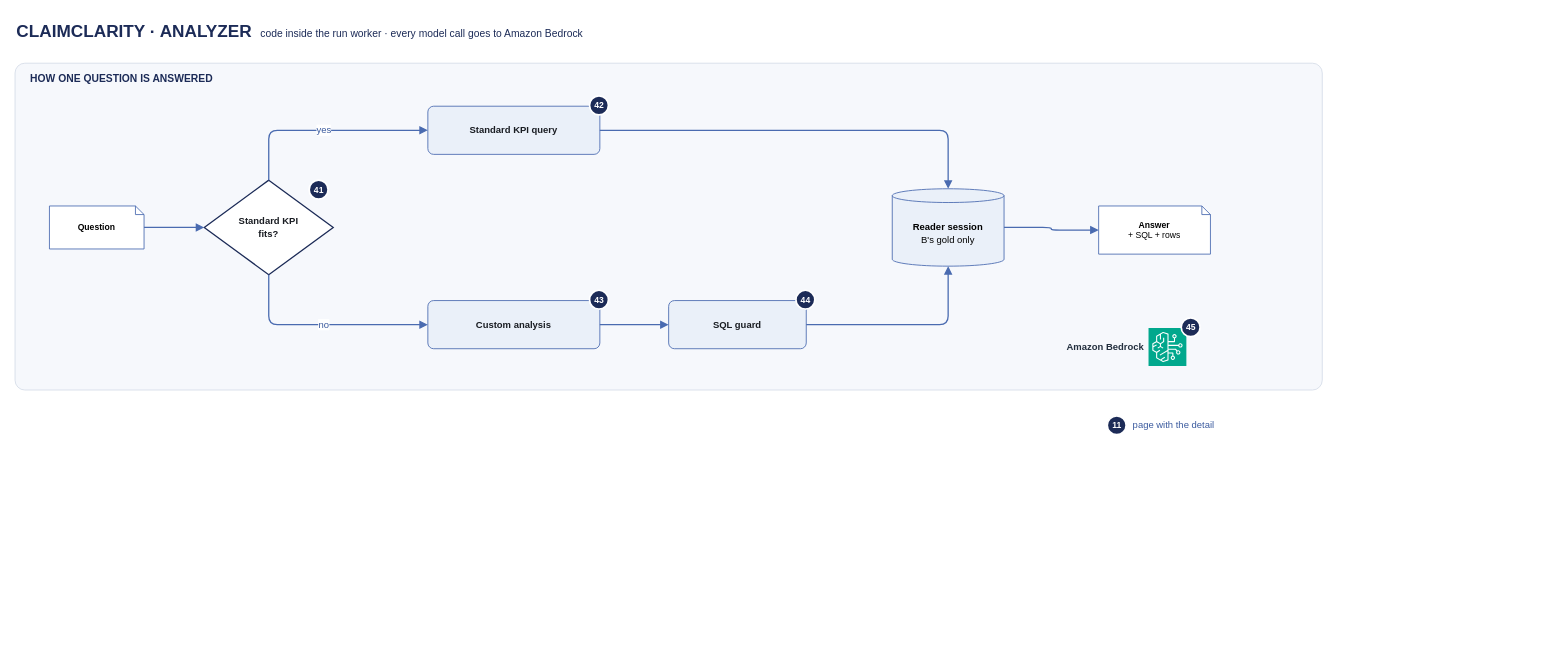
Earlier version of the draw.io diagram docs/architecture/src/40-analyzer.drawio (Peter-Shamoun/cc). Source tidied: cells renumbered, new cells numbered last; positions are measured from the earlier drawing's top-left corner, leaving out a move shared by most shapes. Both pictures are drawn from the tidied source at 86%, with x=0, y=0 at pixel (15, 15).
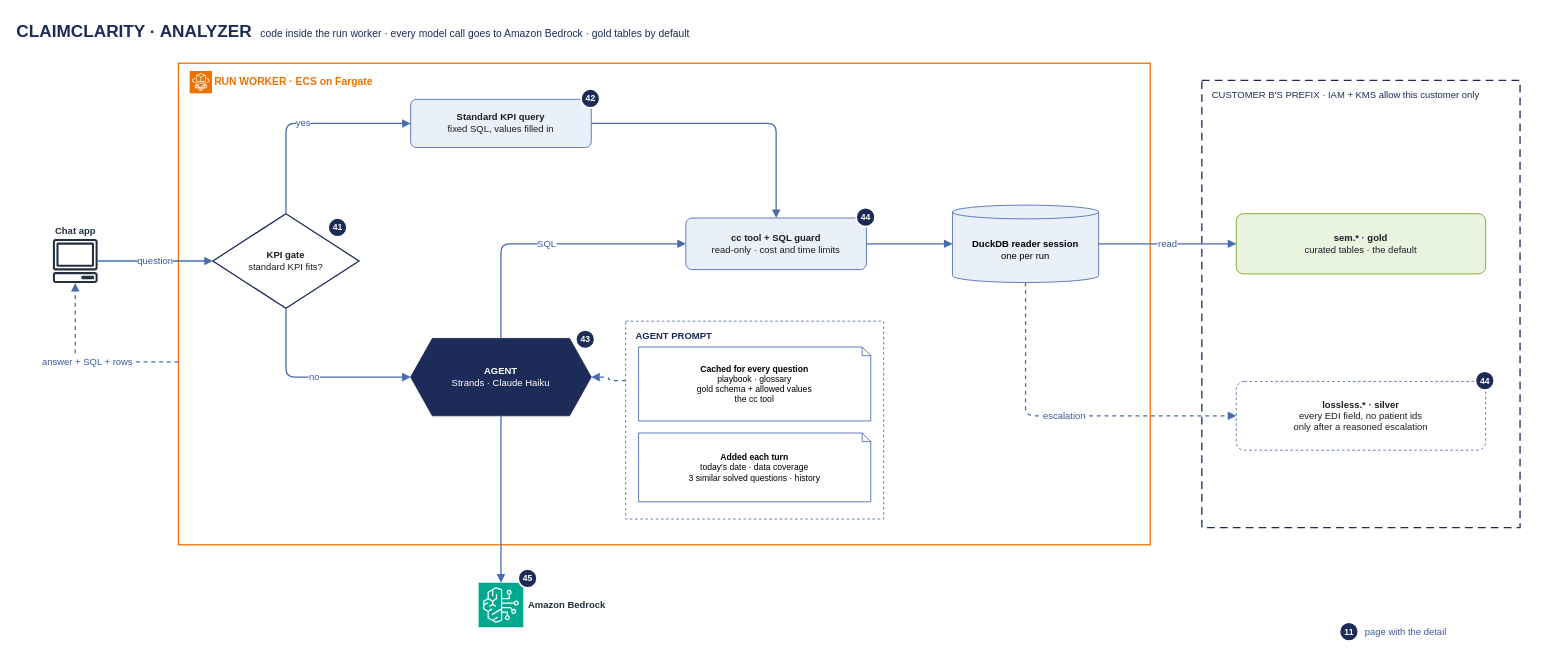
The same diagram, later.

Commit message (it also covers changes not shown here):
Architecture docs: analyzer page from the excalidraw design, with the KPI gate, prompt split and Bedrock

Claude-Session: https://claude.ai/code/session_016uF8mxJK8MMFGsujh3CJ5M

Diff of the diagram source:
```diff
@@
-    <mxCell id="2" value="&lt;b style='font-size:20px'&gt;CLAIMCLARITY · ANALYZER&lt;/b&gt;&amp;nbsp;&amp;nbsp;&amp;nbsp;code inside the run worker · every model call goes to Amazon Bedrock" style="text;html=1;align=left;verticalAlign=middle;fontSize=12;fontColor=#1C2B57;fontStyle=1;fontFamily=Helvetica;fontStyle=0;" parent="1" vertex="1">
-      <mxGeometry width="1520" height="36" as="geometry" />
+    <mxCell id="2" value="&lt;b style='font-size:20px'&gt;CLAIMCLARITY · ANALYZER&lt;/b&gt;&amp;nbsp;&amp;nbsp;&amp;nbsp;code inside the run worker · every model call goes to Amazon Bedrock · gold tables by default" style="text;html=1;align=left;verticalAlign=middle;fontSize=12;fontColor=#1C2B57;fontStyle=1;fontFamily=Helvetica;fontStyle=0;" parent="1" vertex="1">
+      <mxGeometry width="1760" height="36" as="geometry" />
     </mxCell>
-    <mxCell id="3" style="rounded=1;arcSize=3;html=1;fillColor=#F6F8FC;strokeColor=#D5DCE8;" parent="1" vertex="1">
-      <mxGeometry y="56" width="1520" height="380" as="geometry" />
-    </mxCell>
-    <mxCell id="4" value="HOW ONE QUESTION IS ANSWERED" style="text;html=1;align=left;verticalAlign=middle;fontSize=12;fontColor=#1C2B57;fontStyle=1;fontFamily=Helvetica;" parent="1" vertex="1">
-      <mxGeometry x="16" y="62" width="1000" height="24" as="geometry" />
-    </mxCell>
-    <mxCell id="5" value="&lt;b&gt;Question&lt;/b&gt;" style="shape=note;size=10;whiteSpace=wrap;html=1;fillColor=#FFFFFF;strokeColor=#4A6BB0;fontSize=10;fontFamily=Helvetica;" parent="1" vertex="1">
-      <mxGeometry x="40" y="222" width="110" height="50" as="geometry" />
-    </mxCell>
+    <mxCell id="27" value="&lt;b&gt;Chat app&lt;/b&gt;" style="sketch=0;outlineConnect=0;dashed=0;fillColor=#232F3E;shape=mxgraph.aws4.client;strokeColor=none;fontFamily=Helvetica;fontSize=11;fontColor=#232F3E;html=1;verticalLabelPosition=top;verticalAlign=bottom;align=center;" parent="1" vertex="1">
+      <mxGeometry x="44" y="260" width="52" height="52" as="geometry" />
+    </mxCell>
+    <mxCell id="28" value="RUN WORKER · ECS on Fargate" style="rounded=0;html=1;fillColor=none;strokeColor=#ED7100;strokeWidth=1.5;align=left;verticalAlign=top;spacingLeft=40;spacingTop=8;fontSize=12;fontStyle=1;fontColor=#ED7100;fontFamily=Helvetica;" parent="1" vertex="1">
+      <mxGeometry x="190" y="56" width="1130" height="560" as="geometry" />
+    </mxCell>
+    <mxCell id="29" style="sketch=0;dashed=0;fillColor=#ED7100;shape=mxgraph.aws4.resourceIcon;resIcon=mxgraph.aws4.fargate;strokeColor=#ffffff;fontFamily=Helvetica;fontSize=11;fontColor=#232F3E;html=1;verticalLabelPosition=bottom;verticalAlign=top;align=center;" parent="1" vertex="1">
+      <mxGeometry x="203" y="65" width="26" height="26" as="geometry" />
+    </mxCell>
-    <mxCell id="6" value="&lt;b&gt;Standard KPI&lt;br&gt;fits?&lt;/b&gt;" style="rhombus;whiteSpace=wrap;html=1;fillColor=#FFFFFF;strokeColor=#1C2B57;strokeWidth=1.5;fontSize=11;fontFamily=Helvetica;fontColor=#1A1D23;" parent="1" vertex="1">
-      <mxGeometry x="220" y="192" width="150" height="110" as="geometry" />
+    <mxCell id="6" value="&lt;b&gt;KPI gate&lt;/b&gt;&lt;br&gt;standard KPI fits?" style="rhombus;whiteSpace=wrap;html=1;fillColor=#FFFFFF;strokeColor=#1C2B57;strokeWidth=1.5;fontSize=11;fontFamily=Helvetica;fontColor=#1A1D23;" parent="1" vertex="1">
+      <mxGeometry x="230" y="231" width="170" height="110" as="geometry" />
     </mxCell>
     <mxCell id="7" value="41" style="ellipse;html=1;fillColor=#1C2B57;strokeColor=#FFFFFF;strokeWidth=2;fontColor=#FFFFFF;fontStyle=1;fontSize=10;fontFamily=Helvetica;" parent="1" vertex="1">
-      <mxGeometry x="342" y="192" width="22" height="22" as="geometry" />
+      <mxGeometry x="364" y="236" width="22" height="22" as="geometry" />
     </mxCell>
-    <mxCell id="8" value="&lt;b&gt;Standard KPI query&lt;/b&gt;" style="rounded=1;arcSize=12;whiteSpace=wrap;html=1;fillColor=#EAF0F9;strokeColor=#4A6BB0;fontSize=11;fontFamily=Helvetica;fontColor=#1A1D23;" parent="1" vertex="1">
-      <mxGeometry x="480" y="106" width="200" height="56" as="geometry" />
+    <mxCell id="8" value="&lt;b&gt;Standard KPI query&lt;/b&gt;&lt;br&gt;fixed SQL, values filled in" style="rounded=1;arcSize=12;whiteSpace=wrap;html=1;fillColor=#EAF0F9;strokeColor=#4A6BB0;fontSize=11;fontFamily=Helvetica;fontColor=#1A1D23;" parent="1" vertex="1">
+      <mxGeometry x="460" y="98" width="210" height="56" as="geometry" />
     </mxCell>
     <mxCell id="9" value="42" style="ellipse;html=1;fillColor=#1C2B57;strokeColor=#FFFFFF;strokeWidth=2;fontColor=#FFFFFF;fontStyle=1;fontSize=10;fontFamily=Helvetica;" parent="1" vertex="1">
-      <mxGeometry x="668" y="94" width="22" height="22" as="geometry" />
+      <mxGeometry x="658" y="86" width="22" height="22" as="geometry" />
     </mxCell>
-    <mxCell id="10" value="&lt;b&gt;Custom analysis&lt;/b&gt;" style="rounded=1;arcSize=12;whiteSpace=wrap;html=1;fillColor=#EAF0F9;strokeColor=#4A6BB0;fontSize=11;fontFamily=Helvetica;fontColor=#1A1D23;" parent="1" vertex="1">
-      <mxGeometry x="480" y="332" width="200" height="56" as="geometry" />
-    </mxCell>
+    <mxCell id="30" value="&lt;b&gt;AGENT&lt;/b&gt;&lt;br&gt;Strands · Claude Haiku" style="shape=hexagon;perimeter=hexagonPerimeter2;size=0.12;whiteSpace=wrap;html=1;fillColor=#1C2B57;strokeColor=#1C2B57;fontColor=#FFFFFF;fontFamily=Helvetica;fontSize=11;" parent="1" vertex="1">
+      <mxGeometry x="460" y="376" width="210" height="90" as="geometry" />
+    </mxCell>
     <mxCell id="11" value="43" style="ellipse;html=1;fillColor=#1C2B57;strokeColor=#FFFFFF;strokeWidth=2;fontColor=#FFFFFF;fontStyle=1;fontSize=10;fontFamily=Helvetica;" parent="1" vertex="1">
-      <mxGeometry x="668" y="320" width="22" height="22" as="geometry" />
+      <mxGeometry x="652" y="366" width="22" height="22" as="geometry" />
     </mxCell>
+    <mxCell id="31" value="AGENT PROMPT" style="rounded=0;html=1;fillColor=#FFFFFF;strokeColor=#4A6BB0;dashed=1;align=left;verticalAlign=top;spacingLeft=10;spacingTop=4;fontSize=11;fontStyle=1;fontColor=#1C2B57;fontFamily=Helvetica;" parent="1" vertex="1">
+      <mxGeometry x="710" y="356" width="300" height="230" as="geometry" />
+    </mxCell>
+    <mxCell id="32" value="&lt;b&gt;Cached for every question&lt;/b&gt;&lt;br&gt;playbook · glossary&lt;br&gt;gold schema + allowed values&lt;br&gt;the cc tool" style="shape=note;size=10;whiteSpace=wrap;html=1;fillColor=#FFFFFF;strokeColor=#4A6BB0;fontSize=10;fontFamily=Helvetica;" parent="1" vertex="1">
+      <mxGeometry x="725" y="386" width="270" height="86" as="geometry" />
+    </mxCell>
+    <mxCell id="33" value="&lt;b&gt;Added each turn&lt;/b&gt;&lt;br&gt;today's date · data coverage&lt;br&gt;3 similar solved questions · history" style="shape=note;size=10;whiteSpace=wrap;html=1;fillColor=#FFFFFF;strokeColor=#4A6BB0;fontSize=10;fontFamily=Helvetica;" parent="1" vertex="1">
+      <mxGeometry x="725" y="486" width="270" height="80" as="geometry" />
+    </mxCell>
-    <mxCell id="12" value="&lt;b&gt;SQL guard&lt;/b&gt;" style="rounded=1;arcSize=12;whiteSpace=wrap;html=1;fillColor=#EAF0F9;strokeColor=#4A6BB0;fontSize=11;fontFamily=Helvetica;fontColor=#1A1D23;" parent="1" vertex="1">
-      <mxGeometry x="760" y="332" width="160" height="56" as="geometry" />
+    <mxCell id="12" value="&lt;b&gt;cc tool + SQL guard&lt;/b&gt;&lt;br&gt;read-only · cost and time limits" style="rounded=1;arcSize=12;whiteSpace=wrap;html=1;fillColor=#EAF0F9;strokeColor=#4A6BB0;fontSize=11;fontFamily=Helvetica;fontColor=#1A1D23;" parent="1" vertex="1">
+      <mxGeometry x="780" y="236" width="210" height="60" as="geometry" />
     </mxCell>
     <mxCell id="13" value="44" style="ellipse;html=1;fillColor=#1C2B57;strokeColor=#FFFFFF;strokeWidth=2;fontColor=#FFFFFF;fontStyle=1;fontSize=10;fontFamily=Helvetica;" parent="1" vertex="1">
-      <mxGeometry x="908" y="320" width="22" height="22" as="geometry" />
+      <mxGeometry x="978" y="224" width="22" height="22" as="geometry" />
     </mxCell>
-    <mxCell id="14" value="&lt;b&gt;Reader session&lt;/b&gt;&lt;br&gt;B's gold only" style="shape=cylinder3;whiteSpace=wrap;html=1;boundedLbl=1;backgroundOutline=1;size=8;fillColor=#EAF0F9;strokeColor=#4A6BB0;fontSize=11;fontFamily=Helvetica;" parent="1" vertex="1">
-      <mxGeometry x="1020" y="202" width="130" height="90" as="geometry" />
-    </mxCell>
-    <mxCell id="15" value="&lt;b&gt;Answer&lt;/b&gt;&lt;br&gt;+ SQL + rows" style="shape=note;size=10;whiteSpace=wrap;html=1;fillColor=#FFFFFF;strokeColor=#4A6BB0;fontSize=10;fontFamily=Helvetica;" parent="1" vertex="1">
-      <mxGeometry x="1260" y="222" width="130" height="56" as="geometry" />
-    </mxCell>
-    <mxCell id="16" style="edgeStyle=orthogonalEdgeStyle;rounded=1;jettySize=auto;html=1;strokeColor=#4A6BB0;strokeWidth=1.5;endArrow=block;endFill=1;endSize=6;fontSize=11;fontColor=#3A5A9E;labelBackgroundColor=#FFFFFF;fontFamily=Helvetica;exitX=1;exitY=0.5;exitDx=0;exitDy=0;entryX=0;entryY=0.5;entryDx=0;entryDy=0;" parent="1" edge="1" source="5" target="6">
-      <mxGeometry relative="1" as="geometry" />
-    </mxCell>
+    <mxCell id="34" value="&lt;b&gt;DuckDB reader session&lt;/b&gt;&lt;br&gt;one per run" style="shape=cylinder3;whiteSpace=wrap;html=1;boundedLbl=1;backgroundOutline=1;size=8;fillColor=#EAF0F9;strokeColor=#4A6BB0;fontSize=11;fontFamily=Helvetica;" parent="1" vertex="1">
+      <mxGeometry x="1090" y="221" width="170" height="90" as="geometry" />
+    </mxCell>
+    <mxCell id="23" value="&lt;b&gt;Amazon Bedrock&lt;/b&gt;" style="sketch=0;outlineConnect=0;dashed=0;fillColor=#01A88D;shape=mxgraph.aws4.resourceIcon;resIcon=mxgraph.aws4.bedrock;strokeColor=#ffffff;fontFamily=Helvetica;fontSize=11;fontColor=#232F3E;html=1;labelPosition=right;verticalLabelPosition=middle;align=left;verticalAlign=middle;spacingLeft=4;" parent="1" vertex="1">
+      <mxGeometry x="539" y="660" width="52" height="52" as="geometry" />
+    </mxCell>
+    <mxCell id="24" value="45" style="ellipse;html=1;fillColor=#1C2B57;strokeColor=#FFFFFF;strokeWidth=2;fontColor=#FFFFFF;fontStyle=1;fontSize=10;fontFamily=Helvetica;" parent="1" vertex="1">
+      <mxGeometry x="585" y="644" width="22" height="22" as="geometry" />
+    </mxCell>
+    <mxCell id="35" value="CUSTOMER B'S PREFIX · IAM + KMS allow this customer only" style="rounded=0;html=1;fillColor=none;strokeColor=#1C2B57;dashed=1;dashPattern=6 4;strokeWidth=1.5;align=left;verticalAlign=top;spacingLeft=10;spacingTop=4;fontSize=11;fontColor=#1C2B57;fontFamily=Helvetica;" parent="1" vertex="1">
+      <mxGeometry x="1380" y="76" width="370" height="520" as="geometry" />
+    </mxCell>
+    <mxCell id="36" value="&lt;b&gt;sem.* · gold&lt;/b&gt;&lt;br&gt;curated tables · the default" style="rounded=1;arcSize=12;whiteSpace=wrap;html=1;fillColor=#E8F3E0;strokeColor=#7AA116;fontSize=11;fontFamily=Helvetica;fontColor=#1A1D23;" parent="1" vertex="1">
+      <mxGeometry x="1420" y="231" width="290" height="70" as="geometry" />
+    </mxCell>
+    <mxCell id="37" value="&lt;b&gt;lossless.* · silver&lt;/b&gt;&lt;br&gt;every EDI field, no patient ids&lt;br&gt;only after a reasoned escalation" style="rounded=1;arcSize=12;whiteSpace=wrap;html=1;fillColor=#FFFFFF;strokeColor=#4A6BB0;fontSize=11;fontFamily=Helvetica;fontColor=#1A1D23;dashed=1;" parent="1" vertex="1">
+      <mxGeometry x="1420" y="426" width="290" height="80" as="geometry" />
+    </mxCell>
+    <mxCell id="38" value="44" style="ellipse;html=1;fillColor=#1C2B57;strokeColor=#FFFFFF;strokeWidth=2;fontColor=#FFFFFF;fontStyle=1;fontSize=10;fontFamily=Helvetica;" parent="1" vertex="1">
+      <mxGeometry x="1698" y="414" width="22" height="22" as="geometry" />
+    </mxCell>
+    <mxCell id="39" value="question" style="edgeStyle=orthogonalEdgeStyle;rounded=1;jettySize=auto;html=1;strokeColor=#4A6BB0;strokeWidth=1.5;endArrow=block;endFill=1;endSize=6;fontSize=11;fontColor=#3A5A9E;labelBackgroundColor=#FFFFFF;fontFamily=Helvetica;exitX=1;exitY=0.5;exitDx=0;exitDy=0;entryX=0;entryY=0.5;entryDx=0;entryDy=0;" parent="1" edge="1" source="27" target="6">
+      <mxGeometry relative="1" as="geometry" />
+    </mxCell>
@@
-    <mxCell id="18" value="no" style="edgeStyle=orthogonalEdgeStyle;rounded=1;jettySize=auto;html=1;strokeColor=#4A6BB0;strokeWidth=1.5;endArrow=block;endFill=1;endSize=6;fontSize=11;fontColor=#3A5A9E;labelBackgroundColor=#FFFFFF;fontFamily=Helvetica;exitX=0.5;exitY=1;exitDx=0;exitDy=0;entryX=0;entryY=0.5;entryDx=0;entryDy=0;" parent="1" edge="1" source="6" target="10">
+    <mxCell id="18" value="no" style="edgeStyle=orthogonalEdgeStyle;rounded=1;jettySize=auto;html=1;strokeColor=#4A6BB0;strokeWidth=1.5;endArrow=block;endFill=1;endSize=6;fontSize=11;fontColor=#3A5A9E;labelBackgroundColor=#FFFFFF;fontFamily=Helvetica;exitX=0.5;exitY=1;exitDx=0;exitDy=0;entryX=0;entryY=0.5;entryDx=0;entryDy=0;" parent="1" edge="1" source="6" target="30">
       <mxGeometry relative="1" as="geometry" />
     </mxCell>
-    <mxCell id="19" style="edgeStyle=orthogonalEdgeStyle;rounded=1;jettySize=auto;html=1;strokeColor=#4A6BB0;strokeWidth=1.5;endArrow=block;endFill=1;endSize=6;fontSize=11;fontColor=#3A5A9E;labelBackgroundColor=#FFFFFF;fontFamily=Helvetica;exitX=1;exitY=0.5;exitDx=0;exitDy=0;entryX=0.5;entryY=0;entryDx=0;entryDy=0;" parent="1" edge="1" source="8" target="14">
-      <mxGeometry relative="1" as="geometry" />
-    </mxCell>
-    <mxCell id="20" style="edgeStyle=orthogonalEdgeStyle;rounded=1;jettySize=auto;html=1;strokeColor=#4A6BB0;strokeWidth=1.5;endArrow=block;endFill=1;endSize=6;fontSize=11;fontColor=#3A5A9E;labelBackgroundColor=#FFFFFF;fontFamily=Helvetica;exitX=1;exitY=0.5;exitDx=0;exitDy=0;entryX=0;entryY=0.5;entryDx=0;entryDy=0;" parent="1" edge="1" source="10" target="12">
-      <mxGeometry relative="1" as="geometry" />
-    </mxCell>
-    <mxCell id="21" style="edgeStyle=orthogonalEdgeStyle;rounded=1;jettySize=auto;html=1;strokeColor=#4A6BB0;strokeWidth=1.5;endArrow=block;endFill=1;endSize=6;fontSize=11;fontColor=#3A5A9E;labelBackgroundColor=#FFFFFF;fontFamily=Helvetica;exitX=1;exitY=0.5;exitDx=0;exitDy=0;entryX=0.5;entryY=1;entryDx=0;entryDy=0;" parent="1" edge="1" source="12" target="14">
-      <mxGeometry relative="1" as="geometry" />
-    </mxCell>
-    <mxCell id="22" style="edgeStyle=orthogonalEdgeStyle;rounded=1;jettySize=auto;html=1;strokeColor=#4A6BB0;strokeWidth=1.5;endArrow=block;endFill=1;endSize=6;fontSize=11;fontColor=#3A5A9E;labelBackgroundColor=#FFFFFF;fontFamily=Helvetica;exitX=1;exitY=0.5;exitDx=0;exitDy=0;entryX=0;entryY=0.5;entryDx=0;entryDy=0;" parent="1" edge="1" source="14" target="15">
-      <mxGeometry relative="1" as="geometry" />
-    </mxCell>
-    <mxCell id="23" value="&lt;b&gt;Amazon Bedrock&lt;/b&gt;" style="sketch=0;outlineConnect=0;dashed=0;fillColor=#01A88D;shape=mxgraph.aws4.resourceIcon;resIcon=mxgraph.aws4.bedrock;strokeColor=#ffffff;fontFamily=Helvetica;fontSize=11;fontColor=#232F3E;html=1;labelPosition=left;verticalLabelPosition=middle;align=right;verticalAlign=middle;spacingRight=4;" parent="1" vertex="1">
-      <mxGeometry x="1318" y="364" width="44" height="44" as="geometry" />
-    </mxCell>
-    <mxCell id="24" value="45" style="ellipse;html=1;fillColor=#1C2B57;strokeColor=#FFFFFF;strokeWidth=2;fontColor=#FFFFFF;fontStyle=1;fontSize=10;fontFamily=Helvetica;" parent="1" vertex="1">
-      <mxGeometry x="1356" y="352" width="22" height="22" as="geometry" />
-    </mxCell>
+    <mxCell id="40" style="edgeStyle=orthogonalEdgeStyle;rounded=1;jettySize=auto;html=1;strokeColor=#4A6BB0;strokeWidth=1.5;endArrow=block;endFill=1;endSize=6;fontSize=11;fontColor=#3A5A9E;labelBackgroundColor=#FFFFFF;fontFamily=Helvetica;exitX=1;exitY=0.5;exitDx=0;exitDy=0;entryX=0.5;entryY=0;entryDx=0;entryDy=0;" parent="1" edge="1" source="8" target="12">
+      <mxGeometry relative="1" as="geometry" />
+    </mxCell>
+    <mxCell id="41" value="SQL" style="edgeStyle=orthogonalEdgeStyle;rounded=1;jettySize=auto;html=1;strokeColor=#4A6BB0;strokeWidth=1.5;endArrow=block;endFill=1;endSize=6;fontSize=11;fontColor=#3A5A9E;labelBackgroundColor=#FFFFFF;fontFamily=Helvetica;exitX=0.5;exitY=0;exitDx=0;exitDy=0;entryX=0;entryY=0.5;entryDx=0;entryDy=0;" parent="1" edge="1" source="30" target="12">
+      <mxGeometry relative="1" as="geometry" />
+    </mxCell>
+    <mxCell id="42" style="edgeStyle=orthogonalEdgeStyle;rounded=1;jettySize=auto;html=1;strokeColor=#4A6BB0;strokeWidth=1.5;endArrow=block;endFill=1;endSize=6;fontSize=11;fontColor=#3A5A9E;labelBackgroundColor=#FFFFFF;fontFamily=Helvetica;exitX=0.5;exitY=1;exitDx=0;exitDy=0;entryX=0.5;entryY=0;entryDx=0;entryDy=0;" parent="1" edge="1" source="30" target="23">
+      <mxGeometry relative="1" as="geometry" />
+    </mxCell>
+    <mxCell id="43" style="edgeStyle=orthogonalEdgeStyle;rounded=1;jettySize=auto;html=1;strokeColor=#4A6BB0;strokeWidth=1.5;endArrow=block;endFill=1;endSize=6;fontSize=11;fontColor=#3A5A9E;labelBackgroundColor=#FFFFFF;fontFamily=Helvetica;exitX=1;exitY=0.5;exitDx=0;exitDy=0;entryX=0;entryY=0.5;entryDx=0;entryDy=0;" parent="1" edge="1" source="12" target="34">
+      <mxGeometry relative="1" as="geometry" />
+    </mxCell>
+    <mxCell id="44" style="edgeStyle=orthogonalEdgeStyle;rounded=1;jettySize=auto;html=1;strokeColor=#4A6BB0;strokeWidth=1.5;endArrow=block;endFill=1;endSize=6;fontSize=11;fontColor=#3A5A9E;labelBackgroundColor=#FFFFFF;fontFamily=Helvetica;exitX=0;exitY=0.3;exitDx=0;exitDy=0;entryX=1;entryY=0.5;entryDx=0;entryDy=0;dashed=1;" parent="1" edge="1" source="31" target="30">
+      <mxGeometry relative="1" as="geometry" />
+    </mxCell>
+    <mxCell id="45" value="read" style="edgeStyle=orthogonalEdgeStyle;rounded=1;jettySize=auto;html=1;strokeColor=#4A6BB0;strokeWidth=1.5;endArrow=block;endFill=1;endSize=6;fontSize=11;fontColor=#3A5A9E;labelBackgroundColor=#FFFFFF;fontFamily=Helvetica;exitX=1;exitY=0.5;exitDx=0;exitDy=0;entryX=0;entryY=0.5;entryDx=0;entryDy=0;" parent="1" edge="1" source="34" target="36">
+      <mxGeometry relative="1" as="geometry" />
+    </mxCell>
+    <mxCell id="46" value="escalation" style="edgeStyle=orthogonalEdgeStyle;rounded=1;jettySize=auto;html=1;strokeColor=#4A6BB0;strokeWidth=1.5;endArrow=block;endFill=1;endSize=6;fontSize=11;fontColor=#3A5A9E;labelBackgroundColor=#FFFFFF;fontFamily=Helvetica;exitX=0.5;exitY=1;exitDx=0;exitDy=0;entryX=0;entryY=0.5;entryDx=0;entryDy=0;dashed=1;" parent="1" edge="1" source="34" target="37">
+      <mxGeometry relative="1" as="geometry" />
+    </mxCell>
+    <mxCell id="47" value="answer + SQL + rows" style="edgeStyle=orthogonalEdgeStyle;rounded=1;jettySize=auto;html=1;strokeColor=#4A6BB0;strokeWidth=1.5;endArrow=block;endFill=1;endSize=6;fontSize=11;fontColor=#3A5A9E;labelBackgroundColor=#FFFFFF;fontFamily=Helvetica;exitX=0;exitY=0.62;exitDx=0;exitDy=0;entryX=0.5;entryY=1;entryDx=0;entryDy=0;dashed=1;" parent="1" edge="1" source="28" target="27">
+      <mxGeometry relative="1" as="geometry" />
+    </mxCell>
     <mxCell id="25" value="11" style="ellipse;html=1;fillColor=#1C2B57;strokeColor=#FFFFFF;strokeWidth=2;fontColor=#FFFFFF;fontStyle=1;fontSize=10;fontFamily=Helvetica;" parent="1" vertex="1">
-      <mxGeometry x="1270" y="466" width="22" height="22" as="geometry" />
+      <mxGeometry x="1540" y="706" width="22" height="22" as="geometry" />
     </mxCell>
     <mxCell id="26" value="page with the detail" style="text;html=1;align=left;verticalAlign=middle;fontSize=11;fontColor=#1A1D23;fontFamily=Helvetica;whiteSpace=wrap;fontColor=#3A5A9E;" parent="1" vertex="1">
-      <mxGeometry x="1298" y="464" width="200" height="26" as="geometry" />
+      <mxGeometry x="1568" y="704" width="200" height="26" as="geometry" />
     </mxCell>
```
